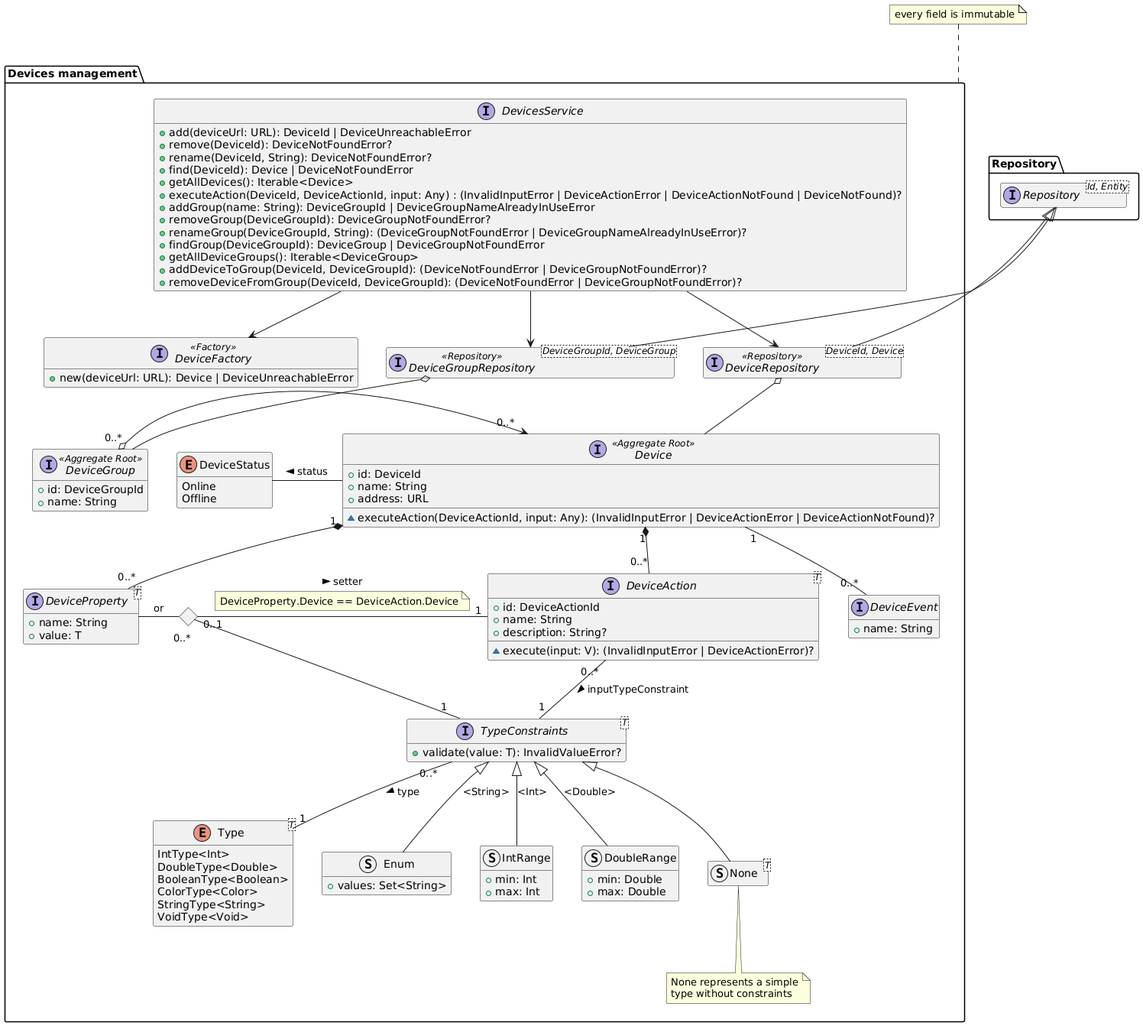
Earlier version of the PlantUML export diagrams/generated/devices-management-domain-model.png (DomoticASW/.github).
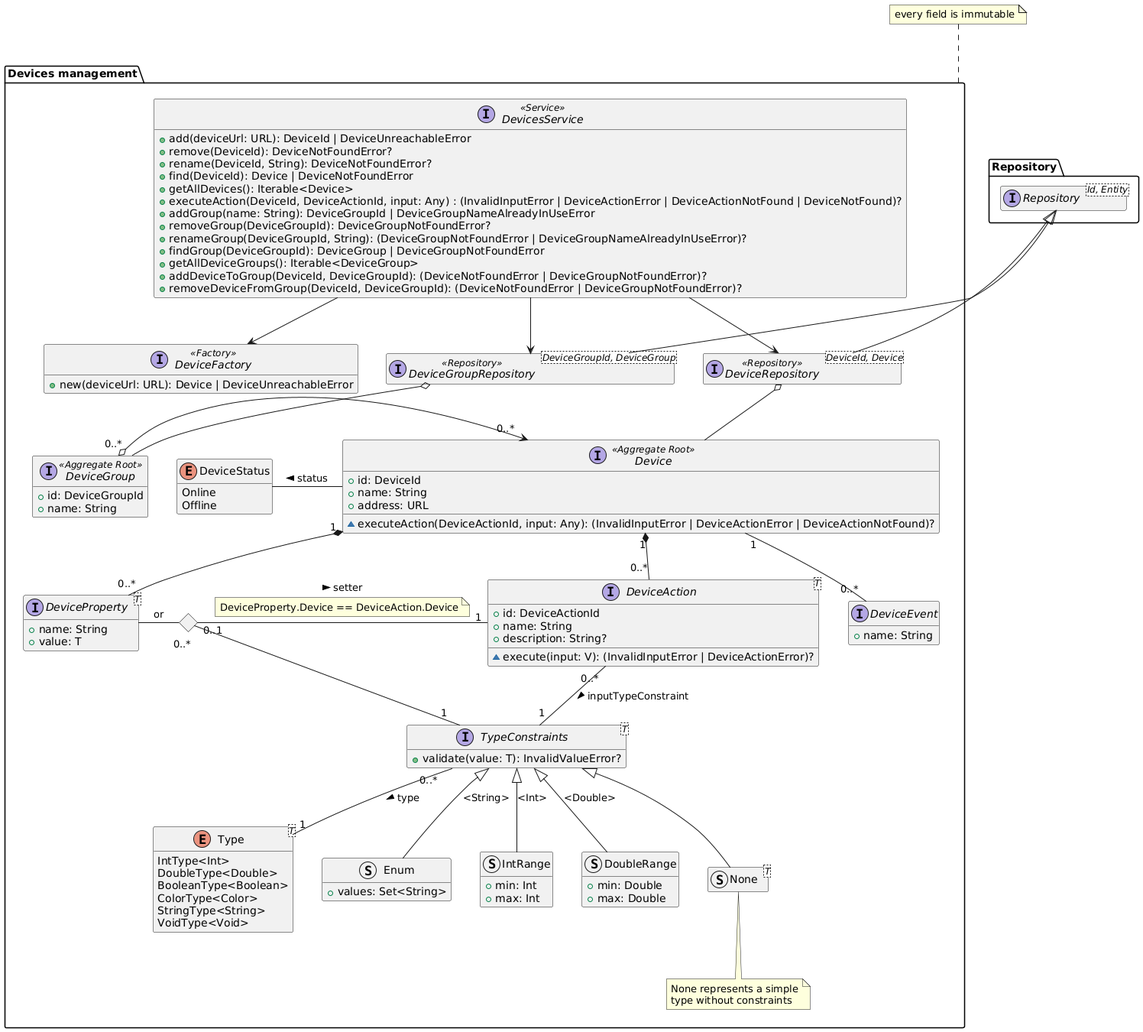
The same diagram one commit later.

Commit message:
add uml ddd stereotypes

The edit, as a diff of the source:
```diff
@@ -77,7 +77,7 @@
     interface DeviceGroupRepository<DeviceGroupId, DeviceGroup> <<Repository>>
     interface DeviceRepository<DeviceId, Device> <<Repository>>
 
-    interface DevicesService {
+    interface DevicesService <<Service>> {
         + add(deviceUrl: URL): DeviceId | DeviceUnreachableError
         + remove(DeviceId): DeviceNotFoundError?
         + rename(DeviceId, String): DeviceNotFoundError?
```
